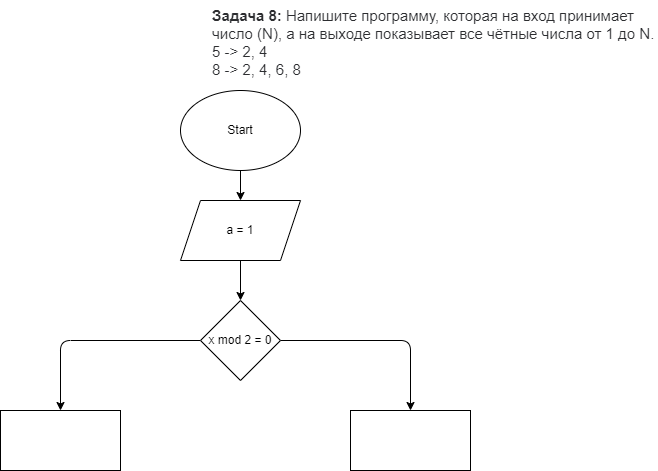
NordOST85/Lessons keeps this draw.io diagram as Home_work1/Home_work1.3/PlanDiagram3.drawio.png. Above is the earlier version. Source tidied: cells renumbered, new cells last; positions are measured from the earlier drawing's top-left corner, leaving out a move shared by most shapes.
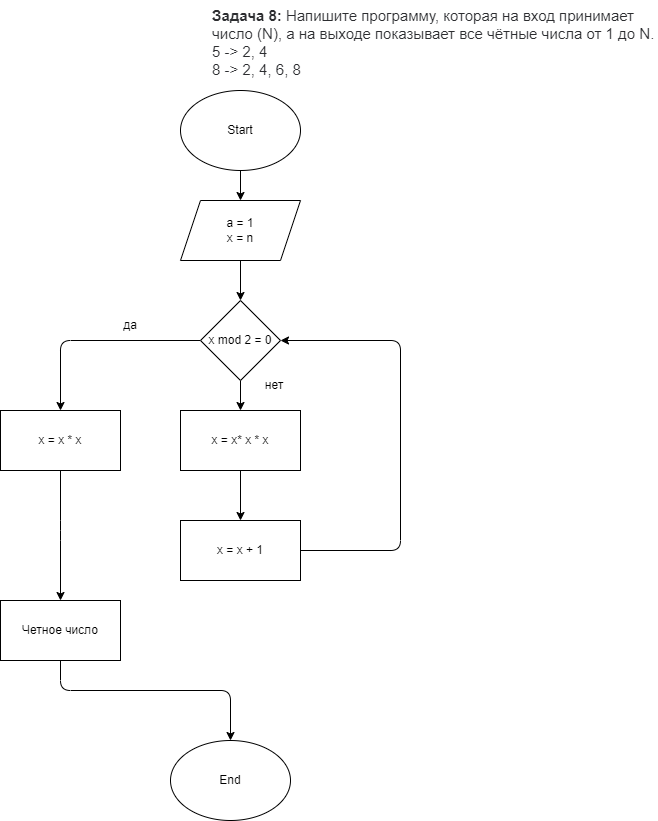
Above is the later version.

What changed in the source:
```diff
@@ -14,7 +14,7 @@
     <mxCell id="5" style="edgeStyle=none;html=1;exitX=0.5;exitY=1;exitDx=0;exitDy=0;entryX=0.5;entryY=0;entryDx=0;entryDy=0;" parent="1" edge="1" source="6" target="9">
       <mxGeometry relative="1" as="geometry" />
     </mxCell>
-    <mxCell id="6" value="a = 1" style="shape=parallelogram;perimeter=parallelogramPerimeter;whiteSpace=wrap;html=1;fixedSize=1;" parent="1" vertex="1">
+    <mxCell id="6" value="a = 1&lt;br&gt;x = n" style="shape=parallelogram;perimeter=parallelogramPerimeter;whiteSpace=wrap;html=1;fixedSize=1;" parent="1" vertex="1">
       <mxGeometry x="180" y="200" width="120" height="60" as="geometry" />
     </mxCell>
     <mxCell id="7" style="edgeStyle=none;html=1;exitX=0;exitY=0.5;exitDx=0;exitDy=0;entryX=0.5;entryY=0;entryDx=0;entryDy=0;" parent="1" edge="1" source="9" target="10">
@@ -24,21 +24,58 @@
         </Array>
       </mxGeometry>
     </mxCell>
-    <mxCell id="8" style="edgeStyle=none;html=1;exitX=1;exitY=0.5;exitDx=0;exitDy=0;entryX=0.5;entryY=0;entryDx=0;entryDy=0;" parent="1" edge="1" source="9" target="11">
-      <mxGeometry relative="1" as="geometry">
-        <Array as="points">
-          <mxPoint x="410" y="340" />
-        </Array>
-      </mxGeometry>
+    <mxCell id="8" style="edgeStyle=none;html=1;exitX=0.5;exitY=1;exitDx=0;exitDy=0;entryX=0.5;entryY=0;entryDx=0;entryDy=0;" parent="1" edge="1" source="9" target="11">
+      <mxGeometry relative="1" as="geometry" />
     </mxCell>
     <mxCell id="9" value="x mod 2 = 0" style="rhombus;whiteSpace=wrap;html=1;" parent="1" vertex="1">
       <mxGeometry x="200" y="300" width="80" height="80" as="geometry" />
     </mxCell>
+    <mxCell id="12" style="edgeStyle=none;html=1;exitX=0.5;exitY=1;exitDx=0;exitDy=0;entryX=0.5;entryY=0;entryDx=0;entryDy=0;" parent="1" edge="1" source="10" target="17">
+      <mxGeometry relative="1" as="geometry">
+        <Array as="points">
+          <mxPoint x="60" y="530" />
+        </Array>
+      </mxGeometry>
+    </mxCell>
-    <mxCell id="10" style="rounded=0;whiteSpace=wrap;html=1;" parent="1" vertex="1">
+    <mxCell id="10" value="x = x * x" style="rounded=0;whiteSpace=wrap;html=1;" parent="1" vertex="1">
       <mxGeometry y="410" width="120" height="60" as="geometry" />
     </mxCell>
+    <mxCell id="13" style="edgeStyle=none;html=1;exitX=0.5;exitY=1;exitDx=0;exitDy=0;entryX=0.5;entryY=0;entryDx=0;entryDy=0;" parent="1" edge="1" source="11" target="20">
+      <mxGeometry relative="1" as="geometry" />
+    </mxCell>
-    <mxCell id="11" style="rounded=0;whiteSpace=wrap;html=1;" parent="1" vertex="1">
-      <mxGeometry x="350" y="410" width="120" height="60" as="geometry" />
+    <mxCell id="11" value="x = x* x * x" style="rounded=0;whiteSpace=wrap;html=1;" parent="1" vertex="1">
+      <mxGeometry x="180" y="410" width="120" height="60" as="geometry" />
     </mxCell>
+    <mxCell id="14" value="да" style="text;html=1;strokeColor=none;fillColor=none;align=center;verticalAlign=middle;whiteSpace=wrap;rounded=0;" parent="1" vertex="1">
+      <mxGeometry x="100" y="310" width="60" height="30" as="geometry" />
+    </mxCell>
+    <mxCell id="15" value="нет" style="text;html=1;strokeColor=none;fillColor=none;align=center;verticalAlign=middle;whiteSpace=wrap;rounded=0;rotation=0;" parent="1" vertex="1">
+      <mxGeometry x="244" y="370" width="60" height="30" as="geometry" />
+    </mxCell>
+    <mxCell id="16" style="edgeStyle=none;html=1;exitX=0.5;exitY=1;exitDx=0;exitDy=0;entryX=0.5;entryY=0;entryDx=0;entryDy=0;" parent="1" edge="1" source="17" target="18">
+      <mxGeometry relative="1" as="geometry">
+        <Array as="points">
+          <mxPoint x="60" y="690" />
+          <mxPoint x="230" y="690" />
+        </Array>
+      </mxGeometry>
+    </mxCell>
+    <mxCell id="17" value="Четное число" style="rounded=0;whiteSpace=wrap;html=1;" parent="1" vertex="1">
+      <mxGeometry y="600" width="120" height="60" as="geometry" />
+    </mxCell>
+    <mxCell id="18" value="End" style="ellipse;whiteSpace=wrap;html=1;" parent="1" vertex="1">
+      <mxGeometry x="170" y="740" width="120" height="80" as="geometry" />
+    </mxCell>
+    <mxCell id="19" style="edgeStyle=none;html=1;exitX=1;exitY=0.5;exitDx=0;exitDy=0;entryX=1;entryY=0.5;entryDx=0;entryDy=0;" parent="1" edge="1" source="20" target="9">
+      <mxGeometry relative="1" as="geometry">
+        <Array as="points">
+          <mxPoint x="400" y="550" />
+          <mxPoint x="400" y="340" />
+        </Array>
+      </mxGeometry>
+    </mxCell>
+    <mxCell id="20" value="x = x + 1" style="rounded=0;whiteSpace=wrap;html=1;" parent="1" vertex="1">
+      <mxGeometry x="180" y="520" width="120" height="60" as="geometry" />
+    </mxCell>
   </root>
 </mxGraphModel>
```
